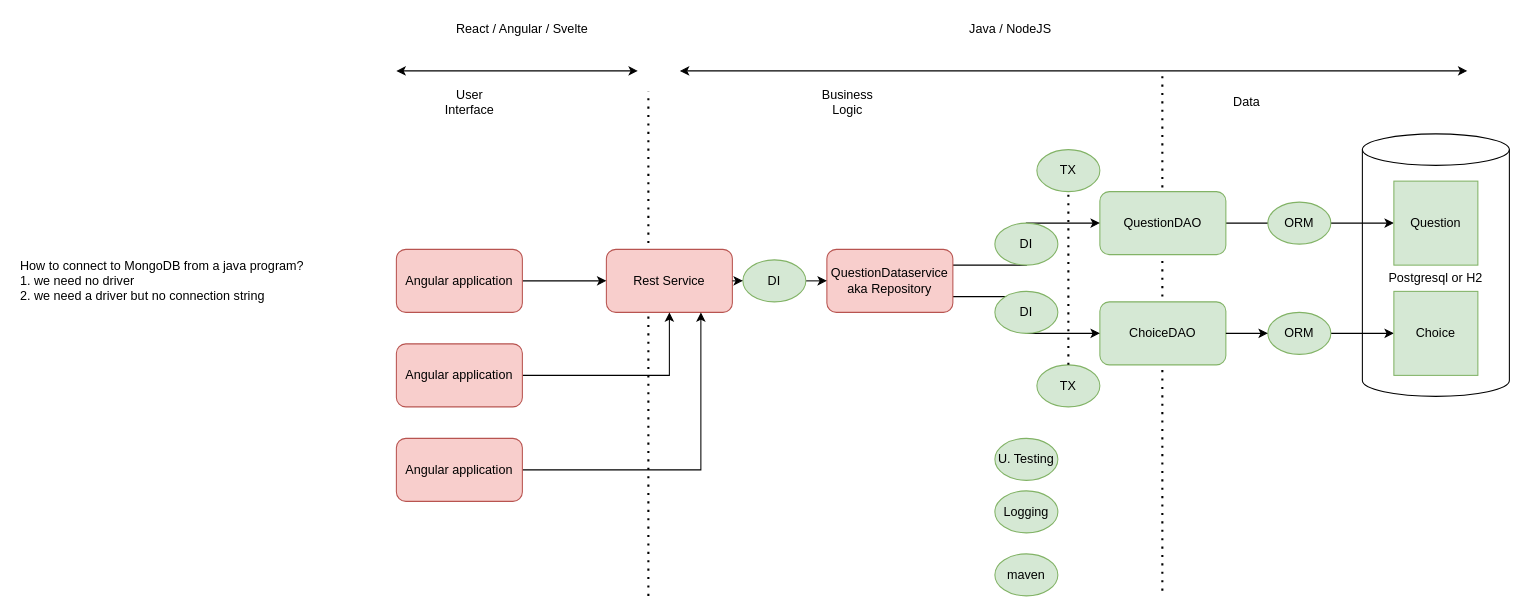
The draw.io diagram page "roadmap" (1 of 4) of quiz-core-professor/repository.drawio in thomasbroussard/2021s1-adv-java, before the edit. Source tidied: cells renumbered, new cells numbered last; positions are measured from the earlier drawing's top-left corner, leaving out a move shared by most shapes. Both pictures are drawn from the tidied source at 105%, with x=0, y=0 at pixel (18, 18).
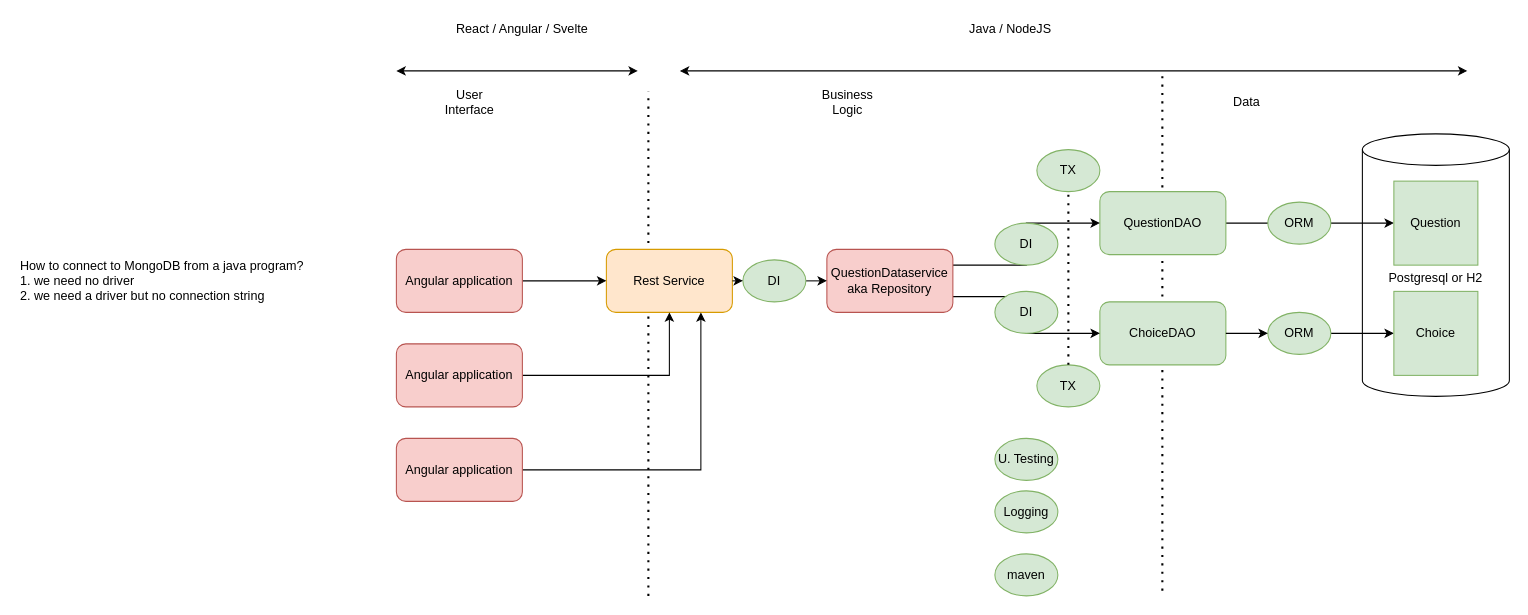
Above is the later version.

Change to the diagram source:
```diff
@@
-    <mxCell id="16" value="Rest Service" style="rounded=1;whiteSpace=wrap;html=1;fillColor=#f8cecc;strokeColor=#b85450;" parent="1" vertex="1">
+    <mxCell id="16" value="Rest Service" style="rounded=1;whiteSpace=wrap;html=1;fillColor=#ffe6cc;strokeColor=#d79b00;" parent="1" vertex="1">
       <mxGeometry x="560" y="220" width="120" height="60" as="geometry" />
     </mxCell>
```
